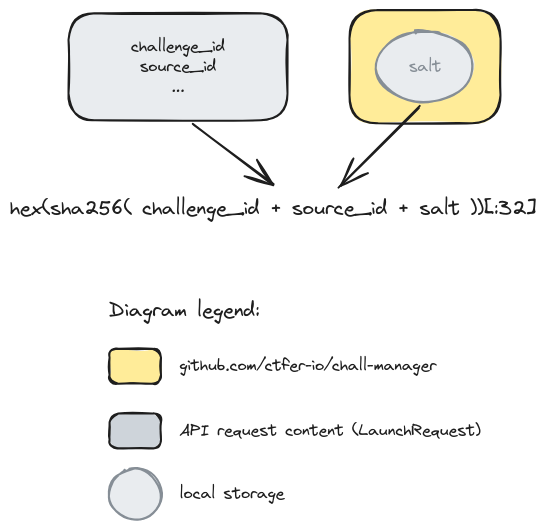
Earlier version of the Excalidraw export res/identity.excalidraw.png (ctfer-io/chall-manager). Source tidied: one line per element, renumbered; positions are measured from the earlier drawing's top-left corner, leaving out a move shared by most shapes. Its diagram source:
```json
{"id": 0, "type": "rectangle", "strokeColor": "#1e1e1e", "backgroundColor": "#e9ecef", "fillStyle": "solid", "strokeWidth": 2, "roughness": 1, "round": true, "x": 58, "y": 3, "width": 219, "height": 107}
{"id": 1, "type": "text", "text": "challenge_id\nsource_id\n...", "strokeColor": "#1e1e1e", "strokeWidth": 2, "roughness": 1, "fontSize": 16, "fontFamily": 1, "textAlign": "center", "verticalAlign": "middle", "inside": 0, "x": 121, "y": 27, "width": 94, "height": 60}
{"id": 2, "type": "rectangle", "strokeColor": "#1e1e1e", "backgroundColor": "#ffec99", "fillStyle": "solid", "strokeWidth": 2, "roughness": 1, "round": true, "x": 340, "y": 0, "width": 151, "height": 113}
{"id": 3, "type": "ellipse", "strokeColor": "#868e96", "backgroundColor": "#e9ecef", "fillStyle": "solid", "strokeWidth": 2, "roughness": 1, "round": true, "x": 366, "y": 21, "width": 97, "height": 71}
{"id": 4, "type": "text", "text": "salt", "strokeColor": "#868e96", "backgroundColor": "#a5d8ff", "fillStyle": "solid", "strokeWidth": 2, "roughness": 1, "fontSize": 16, "fontFamily": 1, "textAlign": "center", "verticalAlign": "middle", "inside": 3, "x": 399, "y": 47, "width": 33, "height": 20}
{"id": 5, "type": "text", "text": "hex(sha256( challenge_id + source_id + salt ))[:32]", "strokeColor": "#1e1e1e", "strokeWidth": 2, "roughness": 1, "fontSize": 20, "fontFamily": 1, "x": 0, "y": 186, "width": 526, "height": 25}
{"id": 6, "type": "arrow", "strokeColor": "#1e1e1e", "strokeWidth": 2, "roughness": 1, "endArrowhead": "arrow", "round": true, "from": 0, "to": 5, "x": 183, "y": 115, "width": 80, "height": 60, "points": [[0, 0], [80, 60]]}
{"id": 7, "type": "arrow", "strokeColor": "#1e1e1e", "strokeWidth": 2, "roughness": 1, "endArrowhead": "arrow", "round": true, "from": 3, "to": 5, "x": 409, "y": 97, "width": 79, "height": 80, "points": [[0, 0], [-79, 80]]}
{"id": 8, "type": "text", "text": "github.com/ctfer-io/chall-manager", "strokeColor": "#1e1e1e", "backgroundColor": "#eebefa", "fillStyle": "solid", "strokeWidth": 2, "strokeStyle": "dotted", "roughness": 1, "fontSize": 16, "fontFamily": 1, "x": 170, "y": 346, "width": 257, "height": 20}
{"id": 9, "type": "text", "text": "Diagram legend:", "strokeColor": "#1e1e1e", "backgroundColor": "#eebefa", "fillStyle": "solid", "strokeWidth": 1, "strokeStyle": "dashed", "roughness": 1, "fontSize": 20, "fontFamily": 1, "x": 99, "y": 288, "width": 151, "height": 25}
{"id": 10, "type": "rectangle", "strokeColor": "#1e1e1e", "backgroundColor": "#ffec99", "fillStyle": "solid", "strokeWidth": 2, "roughness": 1, "round": true, "x": 100, "y": 339, "width": 51, "height": 35}
{"id": 11, "type": "ellipse", "strokeColor": "#868e96", "backgroundColor": "#e9ecef", "fillStyle": "solid", "strokeWidth": 2, "roughness": 1, "round": true, "x": 99, "y": 459, "width": 52, "height": 51}
{"id": 12, "type": "text", "text": "local storage", "strokeColor": "#1e1e1e", "backgroundColor": "#eebefa", "fillStyle": "solid", "strokeWidth": 2, "strokeStyle": "dotted", "roughness": 1, "fontSize": 16, "fontFamily": 1, "x": 170, "y": 474, "width": 105, "height": 20}
{"id": 13, "type": "text", "text": "API request content (LaunchRequest)", "strokeColor": "#1e1e1e", "backgroundColor": "#eebefa", "fillStyle": "solid", "strokeWidth": 2, "strokeStyle": "dotted", "roughness": 1, "fontSize": 16, "fontFamily": 1, "x": 170, "y": 411, "width": 301, "height": 20}
{"id": 14, "type": "rectangle", "strokeColor": "#1e1e1e", "backgroundColor": "#ced4da", "fillStyle": "solid", "strokeWidth": 2, "roughness": 1, "round": true, "x": 100, "y": 404, "width": 51, "height": 35}
```
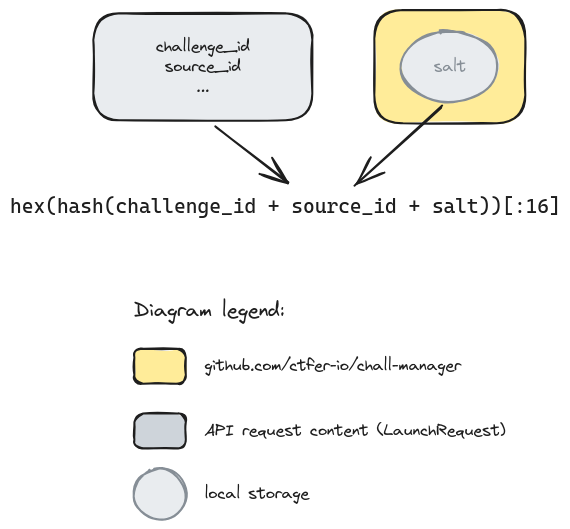
Above is the later version.

Change to the diagram source:
```diff
@@ -3,9 +3,9 @@
 {"id": 2, "type": "rectangle", "strokeColor": "#1e1e1e", "backgroundColor": "#ffec99", "fillStyle": "solid", "strokeWidth": 2, "roughness": 1, "round": true, "x": 340, "y": 0, "width": 151, "height": 113}
 {"id": 3, "type": "ellipse", "strokeColor": "#868e96", "backgroundColor": "#e9ecef", "fillStyle": "solid", "strokeWidth": 2, "roughness": 1, "round": true, "x": 366, "y": 21, "width": 97, "height": 71}
 {"id": 4, "type": "text", "text": "salt", "strokeColor": "#868e96", "backgroundColor": "#a5d8ff", "fillStyle": "solid", "strokeWidth": 2, "roughness": 1, "fontSize": 16, "fontFamily": 1, "textAlign": "center", "verticalAlign": "middle", "inside": 3, "x": 399, "y": 47, "width": 33, "height": 20}
-{"id": 5, "type": "text", "text": "hex(sha256( challenge_id + source_id + salt ))[:32]", "strokeColor": "#1e1e1e", "strokeWidth": 2, "roughness": 1, "fontSize": 20, "fontFamily": 1, "x": 0, "y": 186, "width": 526, "height": 25}
+{"id": 5, "type": "text", "text": "hex(hash(challenge_id + source_id + salt))[:16]", "strokeColor": "#1e1e1e", "strokeWidth": 2, "roughness": 1, "fontSize": 20, "fontFamily": 3, "x": -25, "y": 184, "width": 551, "height": 24}
-{"id": 6, "type": "arrow", "strokeColor": "#1e1e1e", "strokeWidth": 2, "roughness": 1, "endArrowhead": "arrow", "round": true, "from": 0, "to": 5, "x": 183, "y": 115, "width": 80, "height": 60, "points": [[0, 0], [80, 60]]}
+{"id": 6, "type": "arrow", "strokeColor": "#1e1e1e", "strokeWidth": 2, "roughness": 1, "endArrowhead": "arrow", "round": true, "from": 0, "to": 5, "x": 181, "y": 118, "width": 72, "height": 56, "points": [[0, 0], [72, 56]]}
-{"id": 7, "type": "arrow", "strokeColor": "#1e1e1e", "strokeWidth": 2, "roughness": 1, "endArrowhead": "arrow", "round": true, "from": 3, "to": 5, "x": 409, "y": 97, "width": 79, "height": 80, "points": [[0, 0], [-79, 80]]}
+{"id": 7, "type": "arrow", "strokeColor": "#1e1e1e", "strokeWidth": 2, "roughness": 1, "endArrowhead": "arrow", "round": true, "from": 3, "to": 5, "x": 406, "y": 97, "width": 86, "height": 79, "points": [[0, 0], [-86, 79]]}
 {"id": 8, "type": "text", "text": "github.com/ctfer-io/chall-manager", "strokeColor": "#1e1e1e", "backgroundColor": "#eebefa", "fillStyle": "solid", "strokeWidth": 2, "strokeStyle": "dotted", "roughness": 1, "fontSize": 16, "fontFamily": 1, "x": 170, "y": 346, "width": 257, "height": 20}
 {"id": 9, "type": "text", "text": "Diagram legend:", "strokeColor": "#1e1e1e", "backgroundColor": "#eebefa", "fillStyle": "solid", "strokeWidth": 1, "strokeStyle": "dashed", "roughness": 1, "fontSize": 20, "fontFamily": 1, "x": 99, "y": 288, "width": 151, "height": 25}
 {"id": 10, "type": "rectangle", "strokeColor": "#1e1e1e", "backgroundColor": "#ffec99", "fillStyle": "solid", "strokeWidth": 2, "roughness": 1, "round": true, "x": 100, "y": 339, "width": 51, "height": 35}
```
